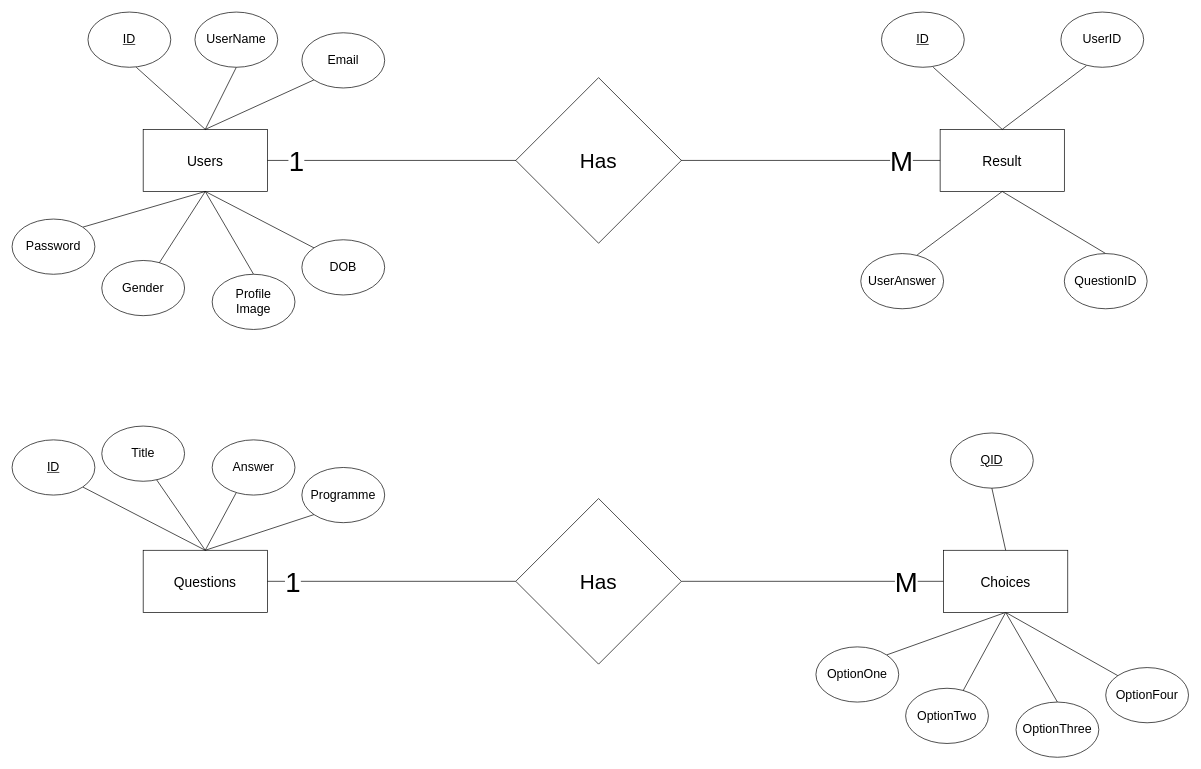
Before: static/Project Diagram/ER-Diagram.drawio in sainisoftravi/online_entrance, a draw.io diagram. Source tidied: cells renumbered, new cells numbered last; positions are measured from the earlier drawing's top-left corner, leaving out a move shared by most shapes. Both pictures are drawn from the tidied source at 69%, with x=0, y=0 at pixel (12, 12).
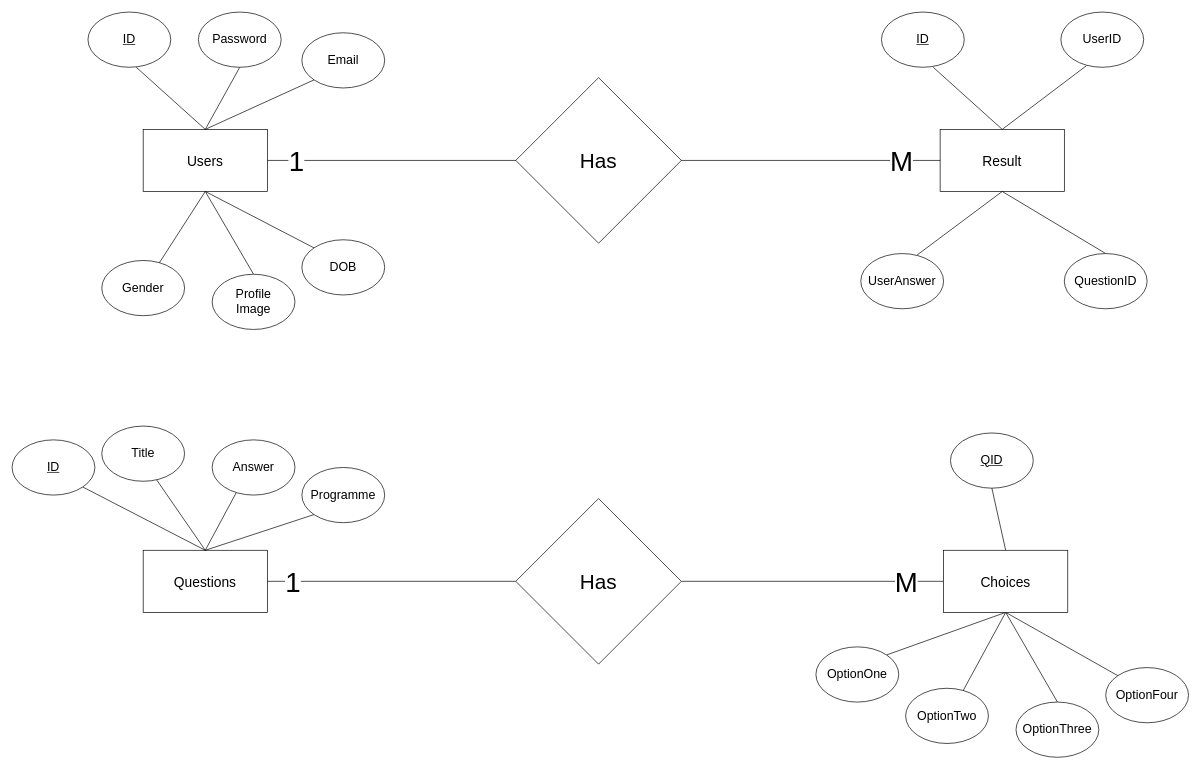
The same page after the edit.

The change refers to these unchanged cells:
```xml
<mxCell id="17" value="&lt;font style=&quot;font-size: 20px;&quot;&gt;Users&lt;/font&gt;" style="rounded=0;whiteSpace=wrap;html=1;" parent="1" vertex="1">
  <mxGeometry x="190" y="170" width="180" height="90" as="geometry" />
</mxCell>
```

Diff of the diagram source:
```diff
@@
-    <mxCell id="20" style="endArrow=none;html=1;rounded=0;exitX=0.5;exitY=0;exitDx=0;exitDy=0;entryX=0.5;entryY=1;entryDx=0;entryDy=0;" parent="1" edge="1" source="17" target="21">
-      <mxGeometry relative="1" as="geometry" />
-    </mxCell>
-    <mxCell id="21" value="&lt;font style=&quot;font-size: 18px;&quot;&gt;UserName&lt;/font&gt;" style="ellipse;whiteSpace=wrap;html=1;" parent="1" vertex="1">
-      <mxGeometry x="265" width="120" height="80" as="geometry" />
-    </mxCell>
@@
-    <mxCell id="30" style="endArrow=none;html=1;rounded=0;exitX=0.5;exitY=1;exitDx=0;exitDy=0;entryX=1;entryY=0;entryDx=0;entryDy=0;" parent="1" edge="1" source="17" target="31">
+    <mxCell id="30" style="endArrow=none;html=1;rounded=0;exitX=0.5;exitY=0;exitDx=0;exitDy=0;entryX=0.5;entryY=1;entryDx=0;entryDy=0;" parent="1" edge="1" source="17" target="31">
       <mxGeometry relative="1" as="geometry" />
     </mxCell>
     <mxCell id="31" value="&lt;font style=&quot;font-size: 18px;&quot;&gt;Password&lt;/font&gt;" style="ellipse;whiteSpace=wrap;html=1;direction=east;" parent="1" vertex="1">
-      <mxGeometry y="300" width="120" height="80" as="geometry" />
+      <mxGeometry x="270" width="120" height="80" as="geometry" />
     </mxCell>
```
